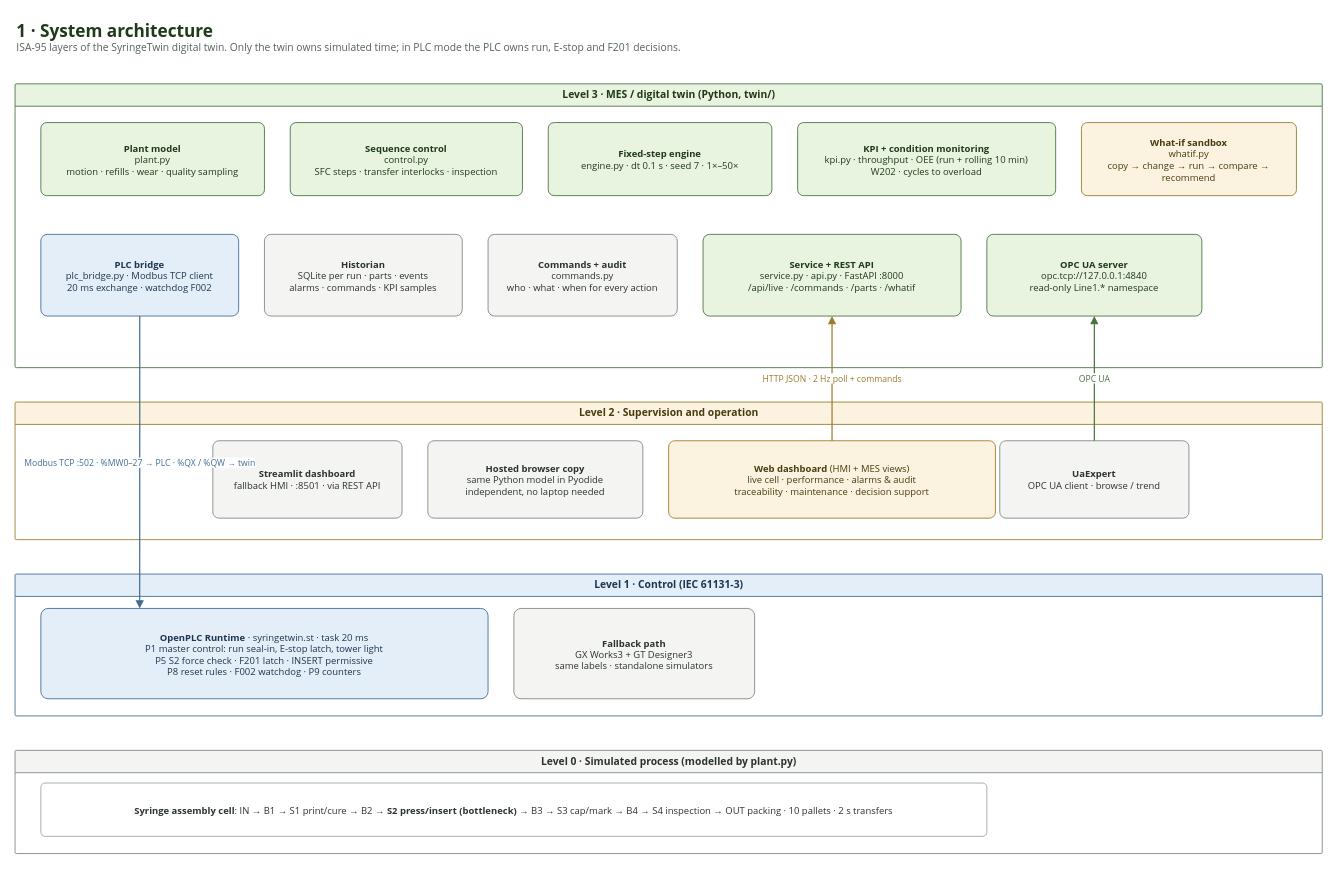
This is docs/diagrams/01_system_architecture.drawio from SHIN522/syringe-twin, a draw.io file, before an edit. Source tidied: cells renumbered, new cells numbered last; positions are measured from the earlier drawing's top-left corner, leaving out a move shared by most shapes. Both pictures are drawn from the tidied source at 86%, with x=0, y=0 at pixel (15, 15).
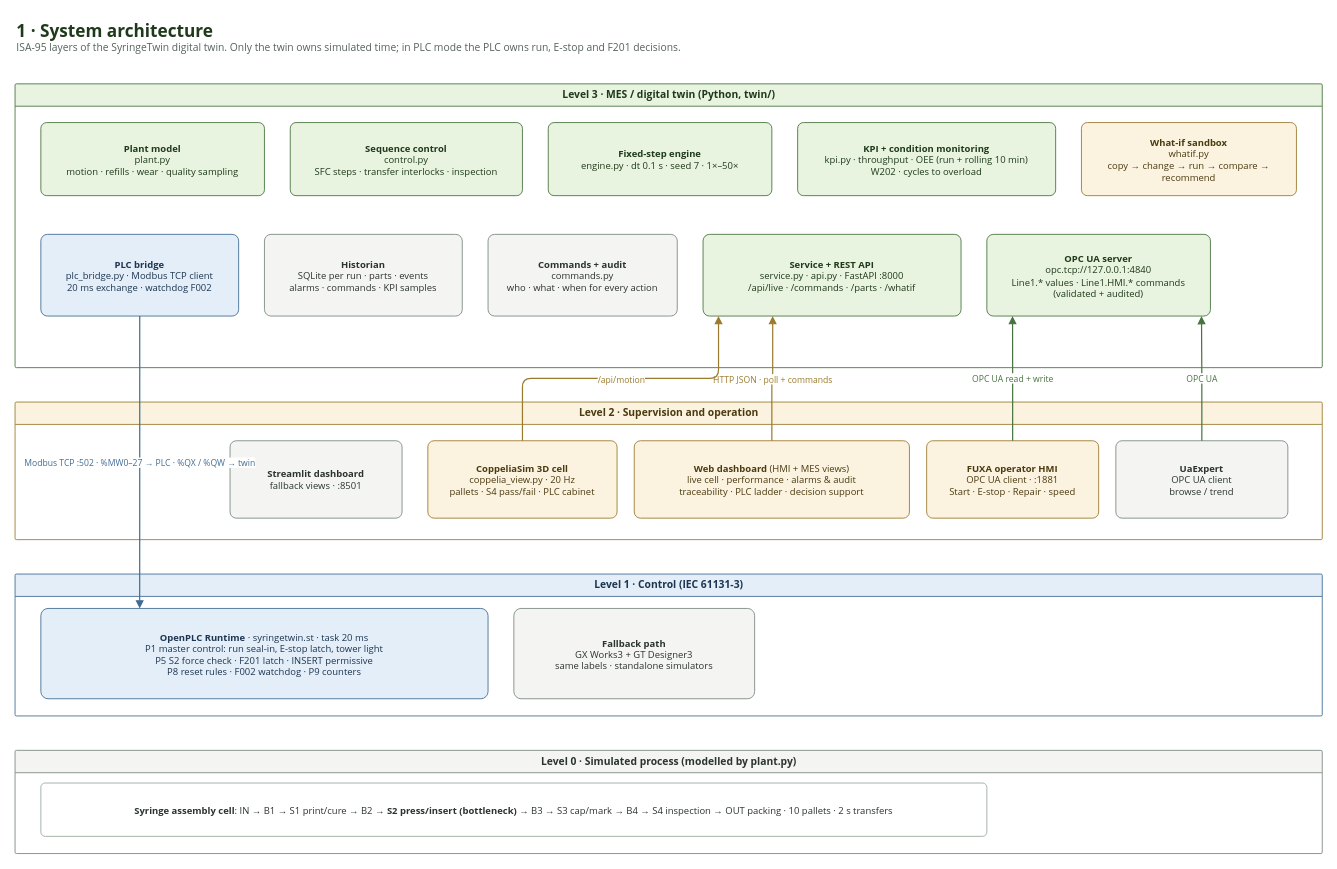
The same page after the edit.

Commit message (it also covers changes not shown here):
Rewrite README; add dashboard screenshots; show FUXA HMI and CoppeliaSim in the architecture diagram

The change refers to these unchanged cells:
```xml
<mxCell id="3" value="Level 3 · MES / digital twin (Python, twin/)" style="swimlane;html=1;startSize=26;horizontal=1;rounded=1;arcSize=2;fontFamily=Segoe UI;fontSize=11;fontSize=12;fontStyle=1;fillColor=#E8F3E0;strokeColor=#46733D;fontColor=#1F3A1A;swimlaneFillColor=#FFFFFF;opacity=100;" parent="1" vertex="1">
  <mxGeometry y="80" width="1520" height="330" as="geometry" />
</mxCell>
<mxCell id="9" value="&lt;b&gt;PLC bridge&lt;/b&gt;&lt;br&gt;plc_bridge.py · Modbus TCP client&lt;br&gt;20 ms exchange · watchdog F002" style="rounded=1;whiteSpace=wrap;html=1;arcSize=8;fontFamily=Segoe UI;fontSize=11;fillColor=#E3EEF8;strokeColor=#3F6B93;fontColor=#1D3550;" parent="3" vertex="1">
  <mxGeometry x="30" y="175" width="230" height="95" as="geometry" />
</mxCell>
<mxCell id="12" value="&lt;b&gt;Service + REST API&lt;/b&gt;&lt;br&gt;service.py · api.py · FastAPI :8000&lt;br&gt;/api/live · /commands · /parts · /whatif" style="rounded=1;whiteSpace=wrap;html=1;arcSize=8;fontFamily=Segoe UI;fontSize=11;fillColor=#E8F3E0;strokeColor=#46733D;fontColor=#1F3A1A;" parent="3" vertex="1">
  <mxGeometry x="800" y="175" width="300" height="95" as="geometry" />
</mxCell>
<mxCell id="14" value="Level 2 · Supervision and operation" style="swimlane;html=1;startSize=26;horizontal=1;rounded=1;arcSize=2;fontFamily=Segoe UI;fontSize=11;fontSize=12;fontStyle=1;fillColor=#FBF3DF;strokeColor=#9A7A2C;fontColor=#4A3A10;swimlaneFillColor=#FFFFFF;opacity=100;" parent="1" vertex="1">
  <mxGeometry y="450" width="1520" height="160" as="geometry" />
</mxCell>
```

Change to the diagram source:
```diff
@@
-    <mxCell id="13" value="&lt;b&gt;OPC UA server&lt;/b&gt;&lt;br&gt;opc.tcp://127.0.0.1:4840&lt;br&gt;read-only Line1.* namespace" style="rounded=1;whiteSpace=wrap;html=1;arcSize=8;fontFamily=Segoe UI;fontSize=11;fillColor=#E8F3E0;strokeColor=#46733D;fontColor=#1F3A1A;" parent="3" vertex="1">
-      <mxGeometry x="1130" y="175" width="250" height="95" as="geometry" />
+    <mxCell id="13" value="&lt;b&gt;OPC UA server&lt;/b&gt;&lt;br&gt;opc.tcp://127.0.0.1:4840&lt;br&gt;Line1.* values · Line1.HMI.* commands&lt;br&gt;(validated + audited)" style="rounded=1;whiteSpace=wrap;html=1;arcSize=8;fontFamily=Segoe UI;fontSize=11;fillColor=#E8F3E0;strokeColor=#46733D;fontColor=#1F3A1A;" parent="3" vertex="1">
+      <mxGeometry x="1130" y="175" width="260" height="95" as="geometry" />
     </mxCell>
@@
-    <mxCell id="15" value="&lt;b&gt;Streamlit dashboard&lt;/b&gt;&lt;br&gt;fallback HMI · :8501 · via REST API" style="rounded=1;whiteSpace=wrap;html=1;arcSize=8;fontFamily=Segoe UI;fontSize=11;fillColor=#F4F5F2;strokeColor=#7A887F;fontColor=#2A332D;" parent="14" vertex="1">
-      <mxGeometry x="230" y="45" width="220" height="90" as="geometry" />
+    <mxCell id="15" value="&lt;b&gt;Streamlit dashboard&lt;/b&gt;&lt;br&gt;fallback views · :8501" style="rounded=1;whiteSpace=wrap;html=1;arcSize=8;fontFamily=Segoe UI;fontSize=11;fillColor=#F4F5F2;strokeColor=#7A887F;fontColor=#2A332D;" parent="14" vertex="1">
+      <mxGeometry x="250" y="45" width="200" height="90" as="geometry" />
     </mxCell>
-    <mxCell id="16" value="&lt;b&gt;Hosted browser copy&lt;/b&gt;&lt;br&gt;same Python model in Pyodide&lt;br&gt;independent, no laptop needed" style="rounded=1;whiteSpace=wrap;html=1;arcSize=8;fontFamily=Segoe UI;fontSize=11;fillColor=#F4F5F2;strokeColor=#7A887F;fontColor=#2A332D;" parent="14" vertex="1">
-      <mxGeometry x="480" y="45" width="250" height="90" as="geometry" />
+    <mxCell id="16" value="&lt;b&gt;CoppeliaSim 3D cell&lt;/b&gt;&lt;br&gt;coppelia_view.py · 20 Hz&lt;br&gt;pallets · S4 pass/fail · PLC cabinet" style="rounded=1;whiteSpace=wrap;html=1;arcSize=8;fontFamily=Segoe UI;fontSize=11;fillColor=#FBF3DF;strokeColor=#9A7A2C;fontColor=#4A3A10;" parent="14" vertex="1">
+      <mxGeometry x="480" y="45" width="220" height="90" as="geometry" />
     </mxCell>
-    <mxCell id="17" value="&lt;b&gt;Web dashboard&lt;/b&gt; (HMI + MES views)&lt;br&gt;live cell · performance · alarms &amp;amp; audit&lt;br&gt;traceability · maintenance · decision support" style="rounded=1;whiteSpace=wrap;html=1;arcSize=8;fontFamily=Segoe UI;fontSize=11;fillColor=#FBF3DF;strokeColor=#9A7A2C;fontColor=#4A3A10;" parent="14" vertex="1">
-      <mxGeometry x="760" y="45" width="380" height="90" as="geometry" />
+    <mxCell id="17" value="&lt;b&gt;Web dashboard&lt;/b&gt; (HMI + MES views)&lt;br&gt;live cell · performance · alarms &amp;amp; audit&lt;br&gt;traceability · PLC ladder · decision support" style="rounded=1;whiteSpace=wrap;html=1;arcSize=8;fontFamily=Segoe UI;fontSize=11;fillColor=#FBF3DF;strokeColor=#9A7A2C;fontColor=#4A3A10;" parent="14" vertex="1">
+      <mxGeometry x="720" y="45" width="320" height="90" as="geometry" />
     </mxCell>
-    <mxCell id="18" value="&lt;b&gt;UaExpert&lt;/b&gt;&lt;br&gt;OPC UA client · browse / trend" style="rounded=1;whiteSpace=wrap;html=1;arcSize=8;fontFamily=Segoe UI;fontSize=11;fillColor=#F4F5F2;strokeColor=#7A887F;fontColor=#2A332D;" parent="14" vertex="1">
-      <mxGeometry x="1145" y="45" width="220" height="90" as="geometry" />
+    <mxCell id="18" value="&lt;b&gt;FUXA operator HMI&lt;/b&gt;&lt;br&gt;OPC UA client · :1881&lt;br&gt;Start · E-stop · Repair · speed" style="rounded=1;whiteSpace=wrap;html=1;arcSize=8;fontFamily=Segoe UI;fontSize=11;fillColor=#FBF3DF;strokeColor=#9A7A2C;fontColor=#4A3A10;" parent="14" vertex="1">
+      <mxGeometry x="1060" y="45" width="200" height="90" as="geometry" />
     </mxCell>
-    <mxCell id="19" value="Level 1 · Control (IEC 61131-3)" style="swimlane;html=1;startSize=26;horizontal=1;rounded=1;arcSize=2;fontFamily=Segoe UI;fontSize=11;fontSize=12;fontStyle=1;fillColor=#E3EEF8;strokeColor=#3F6B93;fontColor=#1D3550;swimlaneFillColor=#FFFFFF;opacity=100;" parent="1" vertex="1">
-      <mxGeometry y="650" width="1520" height="165" as="geometry" />
+    <mxCell id="19" value="&lt;b&gt;UaExpert&lt;/b&gt;&lt;br&gt;OPC UA client&lt;br&gt;browse / trend" style="rounded=1;whiteSpace=wrap;html=1;arcSize=8;fontFamily=Segoe UI;fontSize=11;fillColor=#F4F5F2;strokeColor=#7A887F;fontColor=#2A332D;" parent="14" vertex="1">
+      <mxGeometry x="1280" y="45" width="200" height="90" as="geometry" />
     </mxCell>
-    <mxCell id="20" value="&lt;b&gt;OpenPLC Runtime&lt;/b&gt; · syringetwin.st · task 20 ms&lt;br&gt;P1 master control: run seal-in, E-stop latch, tower light&lt;br&gt;P5 S2 force check · F201 latch · INSERT permissive&lt;br&gt;P8 reset rules · F002 watchdog · P9 counters" style="rounded=1;whiteSpace=wrap;html=1;arcSize=8;fontFamily=Segoe UI;fontSize=11;fillColor=#E3EEF8;strokeColor=#3F6B93;fontColor=#1D3550;" parent="19" vertex="1">
-      <mxGeometry x="30" y="40" width="520" height="105" as="geometry" />
+    <mxCell id="20" value="Level 1 · Control (IEC 61131-3)" style="swimlane;html=1;startSize=26;horizontal=1;rounded=1;arcSize=2;fontFamily=Segoe UI;fontSize=11;fontSize=12;fontStyle=1;fillColor=#E3EEF8;strokeColor=#3F6B93;fontColor=#1D3550;swimlaneFillColor=#FFFFFF;opacity=100;" parent="1" vertex="1">
+      <mxGeometry y="650" width="1520" height="165" as="geometry" />
     </mxCell>
-    <mxCell id="21" value="&lt;b&gt;Fallback path&lt;/b&gt;&lt;br&gt;GX Works3 + GT Designer3&lt;br&gt;same labels · standalone simulators" style="rounded=1;whiteSpace=wrap;html=1;arcSize=8;fontFamily=Segoe UI;fontSize=11;fillColor=#F4F5F2;strokeColor=#7A887F;fontColor=#2A332D;" parent="19" vertex="1">
-      <mxGeometry x="580" y="40" width="280" height="105" as="geometry" />
+    <mxCell id="21" value="&lt;b&gt;OpenPLC Runtime&lt;/b&gt; · syringetwin.st · task 20 ms&lt;br&gt;P1 master control: run seal-in, E-stop latch, tower light&lt;br&gt;P5 S2 force check · F201 latch · INSERT permissive&lt;br&gt;P8 reset rules · F002 watchdog · P9 counters" style="rounded=1;whiteSpace=wrap;html=1;arcSize=8;fontFamily=Segoe UI;fontSize=11;fillColor=#E3EEF8;strokeColor=#3F6B93;fontColor=#1D3550;" parent="20" vertex="1">
+      <mxGeometry x="30" y="40" width="520" height="105" as="geometry" />
     </mxCell>
-    <mxCell id="22" value="Level 0 · Simulated process (modelled by plant.py)" style="swimlane;html=1;startSize=26;horizontal=1;rounded=1;arcSize=2;fontFamily=Segoe UI;fontSize=11;fontSize=12;fontStyle=1;fillColor=#F4F5F2;strokeColor=#7A887F;fontColor=#2A332D;swimlaneFillColor=#FFFFFF;opacity=100;" parent="1" vertex="1">
-      <mxGeometry y="855" width="1520" height="120" as="geometry" />
+    <mxCell id="22" value="&lt;b&gt;Fallback path&lt;/b&gt;&lt;br&gt;GX Works3 + GT Designer3&lt;br&gt;same labels · standalone simulators" style="rounded=1;whiteSpace=wrap;html=1;arcSize=8;fontFamily=Segoe UI;fontSize=11;fillColor=#F4F5F2;strokeColor=#7A887F;fontColor=#2A332D;" parent="20" vertex="1">
+      <mxGeometry x="580" y="40" width="280" height="105" as="geometry" />
     </mxCell>
-    <mxCell id="23" value="&lt;b&gt;Syringe assembly cell&lt;/b&gt;: IN → B1 → S1 print/cure → B2 → &lt;b&gt;S2 press/insert (bottleneck)&lt;/b&gt; → B3 → S3 cap/mark → B4 → S4 inspection → OUT packing · 10 pallets · 2 s transfers" style="rounded=1;whiteSpace=wrap;html=1;arcSize=8;fontFamily=Segoe UI;fontSize=11;fillColor=#FFFFFF;strokeColor=#9AA89C;fontColor=#2A332D;" parent="22" vertex="1">
-      <mxGeometry x="30" y="38" width="1100" height="62" as="geometry" />
+    <mxCell id="23" value="Level 0 · Simulated process (modelled by plant.py)" style="swimlane;html=1;startSize=26;horizontal=1;rounded=1;arcSize=2;fontFamily=Segoe UI;fontSize=11;fontSize=12;fontStyle=1;fillColor=#F4F5F2;strokeColor=#7A887F;fontColor=#2A332D;swimlaneFillColor=#FFFFFF;opacity=100;" parent="1" vertex="1">
+      <mxGeometry y="855" width="1520" height="120" as="geometry" />
     </mxCell>
-    <mxCell id="24" value="HTTP JSON · 2 Hz poll + commands" style="edgeStyle=orthogonalEdgeStyle;rounded=1;html=1;endArrow=block;endFill=1;fontFamily=Segoe UI;fontSize=11;fontSize=10;strokeColor=#9A7A2C;fontColor=#9A7A2C;labelBackgroundColor=#FFFFFF;strokeWidth=1.4;exitX=0.5;exitY=0;entryX=0.5;entryY=1;" parent="1" edge="1" source="17" target="12">
-      <mxGeometry relative="1" as="geometry" />
+    <mxCell id="24" value="&lt;b&gt;Syringe assembly cell&lt;/b&gt;: IN → B1 → S1 print/cure → B2 → &lt;b&gt;S2 press/insert (bottleneck)&lt;/b&gt; → B3 → S3 cap/mark → B4 → S4 inspection → OUT packing · 10 pallets · 2 s transfers" style="rounded=1;whiteSpace=wrap;html=1;arcSize=8;fontFamily=Segoe UI;fontSize=11;fillColor=#FFFFFF;strokeColor=#9AA89C;fontColor=#2A332D;" parent="23" vertex="1">
+      <mxGeometry x="30" y="38" width="1100" height="62" as="geometry" />
     </mxCell>
-    <mxCell id="25" value="OPC UA" style="edgeStyle=orthogonalEdgeStyle;rounded=1;html=1;endArrow=block;endFill=1;fontFamily=Segoe UI;fontSize=11;fontSize=10;strokeColor=#46733D;fontColor=#46733D;labelBackgroundColor=#FFFFFF;strokeWidth=1.4;exitX=0.5;exitY=0;entryX=0.5;entryY=1;" parent="1" edge="1" source="18" target="13">
+    <mxCell id="25" value="HTTP JSON · poll + commands" style="edgeStyle=orthogonalEdgeStyle;rounded=1;html=1;endArrow=block;endFill=1;fontFamily=Segoe UI;fontSize=11;fontSize=10;strokeColor=#9A7A2C;fontColor=#9A7A2C;labelBackgroundColor=#FFFFFF;strokeWidth=1.4;exitX=0.5;exitY=0;entryX=0.27;entryY=1;" parent="1" edge="1" source="17" target="12">
       <mxGeometry relative="1" as="geometry" />
     </mxCell>
-    <mxCell id="26" value="Modbus TCP :502 · %MW0–27 → PLC · %QX / %QW → twin" style="edgeStyle=orthogonalEdgeStyle;rounded=1;html=1;endArrow=block;endFill=1;fontFamily=Segoe UI;fontSize=11;fontSize=10;strokeColor=#3F6B93;fontColor=#3F6B93;labelBackgroundColor=#FFFFFF;strokeWidth=1.4;exitX=0.5;exitY=1;entryX=0.221;entryY=0;" parent="1" edge="1" source="9" target="20">
+    <mxCell id="26" value="/api/motion" style="edgeStyle=orthogonalEdgeStyle;rounded=1;html=1;endArrow=block;endFill=1;fontFamily=Segoe UI;fontSize=11;fontSize=10;strokeColor=#9A7A2C;fontColor=#9A7A2C;labelBackgroundColor=#FFFFFF;strokeWidth=1.4;exitX=0.5;exitY=0;entryX=0.06;entryY=1;" parent="1" edge="1" source="16" target="12">
       <mxGeometry relative="1" as="geometry" />
     </mxCell>
+    <mxCell id="27" value="OPC UA read + write" style="edgeStyle=orthogonalEdgeStyle;rounded=1;html=1;endArrow=block;endFill=1;fontFamily=Segoe UI;fontSize=11;fontSize=10;strokeColor=#46733D;fontColor=#46733D;labelBackgroundColor=#FFFFFF;strokeWidth=1.4;exitX=0.5;exitY=0;entryX=0.115;entryY=1;" parent="1" edge="1" source="18" target="13">
+      <mxGeometry relative="1" as="geometry" />
+    </mxCell>
+    <mxCell id="28" value="OPC UA" style="edgeStyle=orthogonalEdgeStyle;rounded=1;html=1;endArrow=block;endFill=1;fontFamily=Segoe UI;fontSize=11;fontSize=10;strokeColor=#46733D;fontColor=#46733D;labelBackgroundColor=#FFFFFF;strokeWidth=1.4;exitX=0.5;exitY=0;entryX=0.96;entryY=1;" parent="1" edge="1" source="19" target="13">
+      <mxGeometry relative="1" as="geometry" />
+    </mxCell>
+    <mxCell id="29" value="Modbus TCP :502 · %MW0–27 → PLC · %QX / %QW → twin" style="edgeStyle=orthogonalEdgeStyle;rounded=1;html=1;endArrow=block;endFill=1;fontFamily=Segoe UI;fontSize=11;fontSize=10;strokeColor=#3F6B93;fontColor=#3F6B93;labelBackgroundColor=#FFFFFF;strokeWidth=1.4;exitX=0.5;exitY=1;entryX=0.221;entryY=0;" parent="1" edge="1" source="9" target="21">
+      <mxGeometry relative="1" as="geometry" />
+    </mxCell>
```
